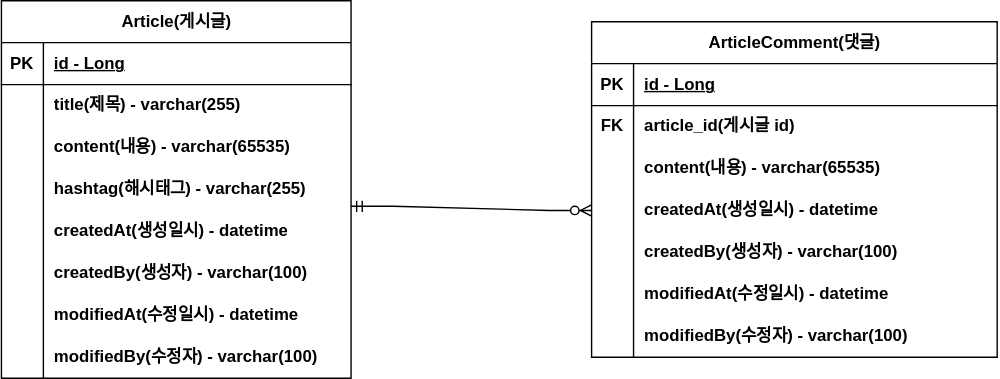
This is document/project-board-erd.drawio.svg from coehgns/fastcampus-project-board, a draw.io export, as it was before one commit. Source tidied: cells renumbered, new cells last; positions are measured from the earlier drawing's top-left corner, leaving out a move shared by most shapes.
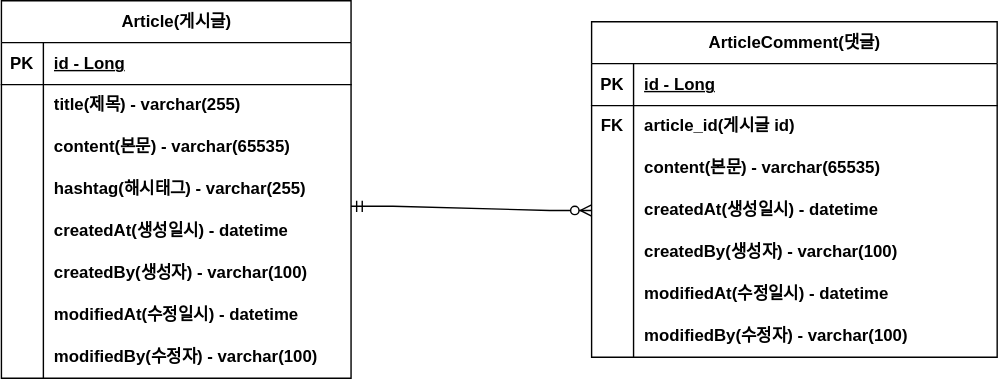
The same file after the commit.

Commit message:
#10 - ERD 주석 업데이트: project-board-erd.drawio.svg

The edit, as a diff of the source:
```diff
@@ -29,7 +29,7 @@
     <mxCell id="10" style="shape=partialRectangle;fillColor=none;top=0;left=0;bottom=0;right=0;overflow=hidden;whiteSpace=wrap;html=1;fontStyle=1;" parent="9" vertex="1">
       <mxGeometry width="30" height="30" as="geometry" />
     </mxCell>
-    <mxCell id="11" value="content(내용) - varchar(65535)" style="shape=partialRectangle;fillColor=none;top=0;left=0;bottom=0;right=0;align=left;spacingLeft=6;overflow=hidden;whiteSpace=wrap;html=1;fontStyle=1;" parent="9" vertex="1">
+    <mxCell id="11" value="content(본문) - varchar(65535)" style="shape=partialRectangle;fillColor=none;top=0;left=0;bottom=0;right=0;align=left;spacingLeft=6;overflow=hidden;whiteSpace=wrap;html=1;fontStyle=1;" parent="9" vertex="1">
       <mxGeometry x="30" width="220" height="30" as="geometry" />
     </mxCell>
     <mxCell id="12" style="shape=tableRow;horizontal=0;startSize=0;swimlaneHead=0;swimlaneBody=0;fillColor=none;top=0;left=0;right=0;bottom=0;fontStyle=1;" parent="2" vertex="1">
@@ -104,7 +104,7 @@
     <mxCell id="35" style="shape=partialRectangle;fillColor=none;top=0;left=0;bottom=0;right=0;overflow=hidden;whiteSpace=wrap;html=1;fontStyle=1;" parent="34" vertex="1">
       <mxGeometry width="30" height="30" as="geometry" />
     </mxCell>
-    <mxCell id="36" value="content(내용) - varchar(65535)" style="shape=partialRectangle;fillColor=none;top=0;left=0;bottom=0;right=0;align=left;spacingLeft=6;overflow=hidden;whiteSpace=wrap;html=1;fontStyle=1;" parent="34" vertex="1">
+    <mxCell id="36" value="content(본문) - varchar(65535)" style="shape=partialRectangle;fillColor=none;top=0;left=0;bottom=0;right=0;align=left;spacingLeft=6;overflow=hidden;whiteSpace=wrap;html=1;fontStyle=1;" parent="34" vertex="1">
       <mxGeometry x="30" width="260" height="30" as="geometry" />
     </mxCell>
     <mxCell id="37" style="shape=tableRow;horizontal=0;startSize=0;swimlaneHead=0;swimlaneBody=0;fillColor=none;points=[[0,0.5],[1,0.5]];portConstraint=eastwest;top=0;left=0;right=0;bottom=0;fontStyle=1;" parent="27" vertex="1">
```
